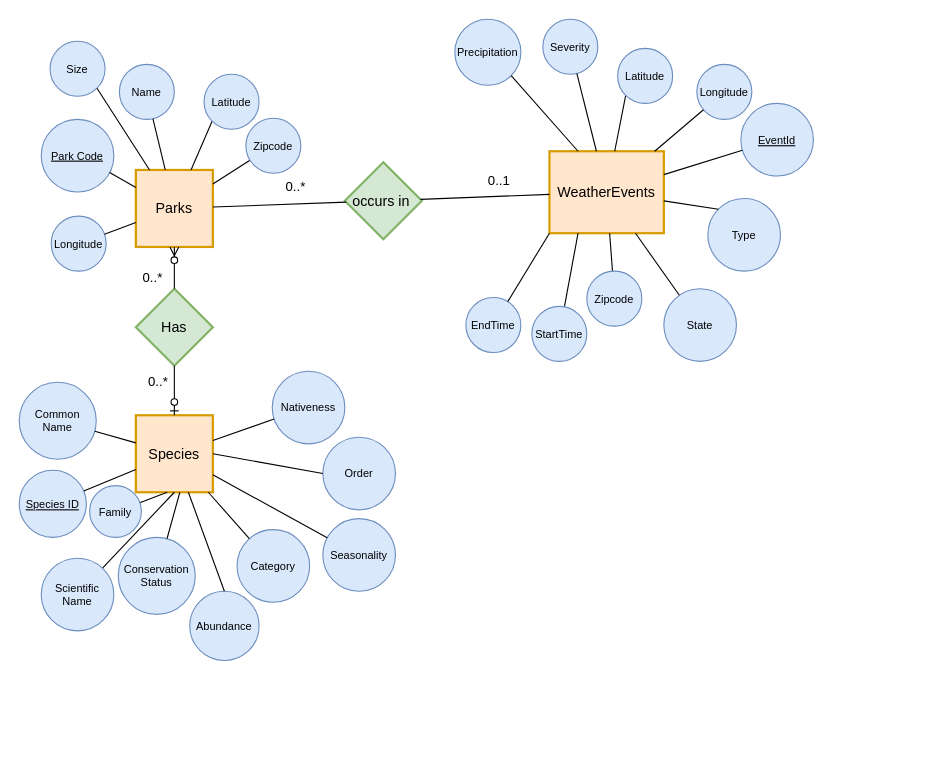
Above: parksnrec.drawio in Dustin-Fang/parks-and-penncreation (draw.io), before the change. Source tidied: cells renumbered, new cells numbered last; positions are measured from the earlier drawing's top-left corner, leaving out a move shared by most shapes. Both pictures are drawn from the tidied source at 110%, with x=0, y=0 at pixel (19, 19).
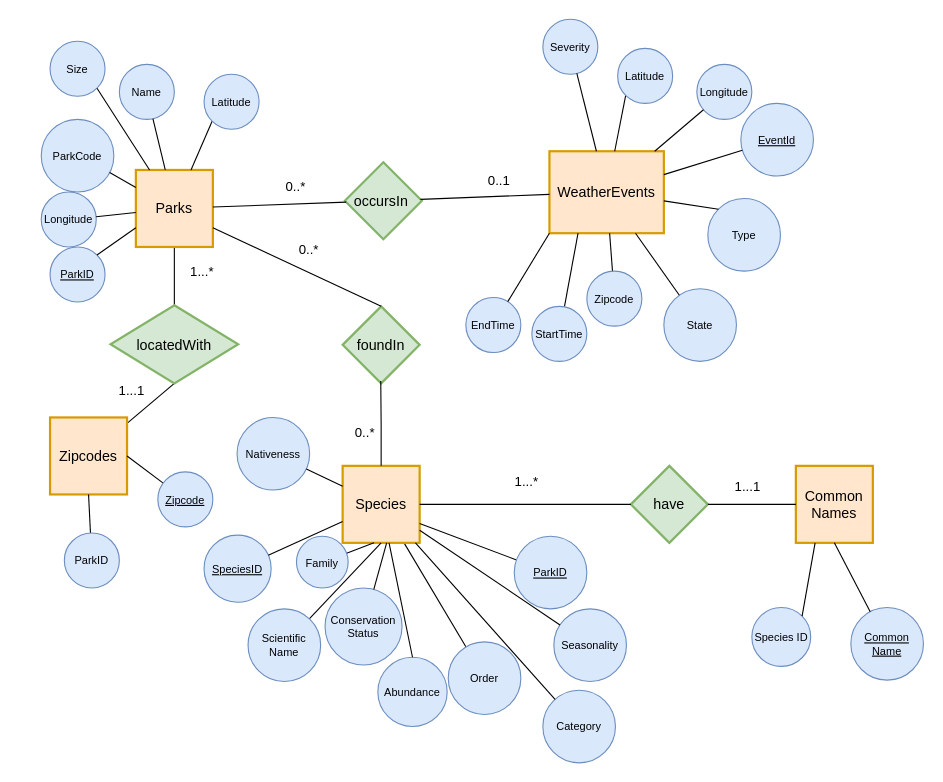
The same diagram, later.

Commit message:
ERL diagram updates

Unchanged cells that the change refers to:
```xml
<mxCell id="2" value="Parks" style="strokeWidth=2;whiteSpace=wrap;html=1;align=center;fontSize=13;fontFamily=Helvetica;fontColor=#000000;strokeColor=#d79b00;fillColor=#ffe6cc;" parent="1" vertex="1">
  <mxGeometry x="106" y="137" width="70" height="70" as="geometry" />
</mxCell>
<mxCell id="25" value="WeatherEvents" style="strokeWidth=2;whiteSpace=wrap;html=1;align=center;fontSize=13;fontFamily=Helvetica;fontColor=#000000;strokeColor=#d79b00;fillColor=#ffe6cc;" parent="1" vertex="1">
  <mxGeometry x="482" y="120" width="104" height="74.5" as="geometry" />
</mxCell>
```

The edit, as a diff of the source:
```diff
@@
+    <mxCell id="67" style="edgeStyle=none;rounded=0;html=1;endArrow=none;endFill=0;jettySize=auto;fontSize=12;" parent="1" edge="1" source="63" target="6">
+      <mxGeometry relative="1" as="geometry" />
+    </mxCell>
+    <mxCell id="68" value="1...*" style="edgeStyle=orthogonalEdgeStyle;rounded=0;jettySize=auto;html=1;fontSize=12;endArrow=none;endFill=0;" parent="1" edge="1" source="2" target="83">
+      <mxGeometry x="-0.13" y="25" relative="1" as="geometry" />
+    </mxCell>
@@
-    <mxCell id="4" value="&lt;u&gt;Park Code&lt;/u&gt;" style="ellipse;whiteSpace=wrap;html=1;fontSize=10;fillColor=#dae8fc;strokeColor=#6c8ebf;" parent="1" vertex="1">
+    <mxCell id="4" value="ParkCode" style="ellipse;whiteSpace=wrap;html=1;fontSize=10;fillColor=#dae8fc;strokeColor=#6c8ebf;" parent="1" vertex="1">
       <mxGeometry x="20" y="91" width="66" height="66" as="geometry" />
     </mxCell>
     <mxCell id="5" value="Longitude" style="ellipse;whiteSpace=wrap;html=1;fontSize=10;fillColor=#dae8fc;strokeColor=#6c8ebf;" parent="1" vertex="1">
-      <mxGeometry x="29" y="179" width="50" height="50" as="geometry" />
+      <mxGeometry x="20" y="157" width="50" height="50" as="geometry" />
     </mxCell>
     <mxCell id="6" value="Species" style="strokeWidth=2;whiteSpace=wrap;html=1;align=center;fontSize=13;fontFamily=Helvetica;fontColor=#000000;strokeColor=#d79b00;fillColor=#ffe6cc;" parent="1" vertex="1">
-      <mxGeometry x="106" y="360" width="70" height="70" as="geometry" />
+      <mxGeometry x="294" y="406" width="70" height="70" as="geometry" />
     </mxCell>
-    <mxCell id="7" value="&lt;u&gt;Species ID&lt;/u&gt;" style="ellipse;whiteSpace=wrap;html=1;fontSize=10;fillColor=#dae8fc;strokeColor=#6c8ebf;" parent="1" vertex="1">
-      <mxGeometry y="410" width="61" height="61" as="geometry" />
+    <mxCell id="7" value="&lt;u&gt;SpeciesID&lt;/u&gt;" style="ellipse;whiteSpace=wrap;html=1;fontSize=10;fillColor=#dae8fc;strokeColor=#6c8ebf;" parent="1" vertex="1">
+      <mxGeometry x="168" y="469" width="61" height="61" as="geometry" />
     </mxCell>
-    <mxCell id="8" value="Common&lt;br&gt;Name" style="ellipse;whiteSpace=wrap;html=1;fontSize=10;fillColor=#dae8fc;strokeColor=#6c8ebf;" parent="1" vertex="1">
-      <mxGeometry y="330" width="70" height="70" as="geometry" />
-    </mxCell>
-    <mxCell id="9" value="Has" style="shape=rhombus;strokeWidth=2;fontSize=13;perimeter=rhombusPerimeter;whiteSpace=wrap;html=1;align=center;fillColor=#d5e8d4;strokeColor=#82b366;" parent="1" vertex="1">
-      <mxGeometry x="106" y="245" width="70" height="70" as="geometry" />
+    <mxCell id="9" value="foundIn" style="shape=rhombus;strokeWidth=2;fontSize=13;perimeter=rhombusPerimeter;whiteSpace=wrap;html=1;align=center;fillColor=#d5e8d4;strokeColor=#82b366;" parent="1" vertex="1">
+      <mxGeometry x="294" y="261" width="70" height="70" as="geometry" />
     </mxCell>
-    <mxCell id="10" style="edgeStyle=orthogonalEdgeStyle;rounded=0;html=1;exitX=0.5;exitY=0;entryX=0.5;entryY=1;endArrow=none;endFill=0;jettySize=auto;fontSize=12;startArrow=ERzeroToOne;startFill=1;" parent="1" edge="1" source="6" target="9">
+    <mxCell id="10" style="edgeStyle=orthogonalEdgeStyle;rounded=0;html=1;exitX=0.5;exitY=0;entryX=0.495;entryY=0.969;endArrow=none;endFill=0;jettySize=auto;fontSize=12;startArrow=none;startFill=0;entryDx=0;entryDy=0;entryPerimeter=0;" parent="1" edge="1" source="6" target="9">
       <mxGeometry relative="1" as="geometry" />
     </mxCell>
-    <mxCell id="11" style="edgeStyle=orthogonalEdgeStyle;rounded=0;html=1;exitX=0.5;exitY=0;entryX=0.5;entryY=1;endArrow=ERzeroToMany;endFill=1;jettySize=auto;fontSize=12;" parent="1" edge="1" source="9" target="2">
+    <mxCell id="11" style="rounded=0;html=1;exitX=0.5;exitY=0;endArrow=none;endFill=0;jettySize=auto;fontSize=12;entryX=1;entryY=0.75;entryDx=0;entryDy=0;" parent="1" edge="1" source="9" target="2">
       <mxGeometry relative="1" as="geometry" />
     </mxCell>
@@
-    <mxCell id="13" style="edgeStyle=none;rounded=0;html=1;endArrow=none;endFill=0;jettySize=auto;fontSize=12;" parent="1" edge="1" source="8" target="6">
-      <mxGeometry relative="1" as="geometry" />
-    </mxCell>
@@
     <mxCell id="18" style="edgeStyle=none;rounded=0;html=1;endArrow=none;endFill=0;jettySize=auto;fontSize=12;" parent="1" edge="1" source="19">
       <mxGeometry relative="1" as="geometry">
-        <mxPoint x="134.5" y="430" as="targetPoint" />
+        <mxPoint x="322.5" y="476" as="targetPoint" />
       </mxGeometry>
     </mxCell>
     <mxCell id="19" value="Family" style="ellipse;whiteSpace=wrap;html=1;fontSize=10;fillColor=#dae8fc;strokeColor=#6c8ebf;" parent="1" vertex="1">
-      <mxGeometry x="64" y="424" width="47" height="47" as="geometry" />
+      <mxGeometry x="252" y="470" width="47" height="47" as="geometry" />
     </mxCell>
@@
     <mxCell id="21" value="Scientific Name" style="ellipse;whiteSpace=wrap;html=1;fontSize=10;fillColor=#dae8fc;strokeColor=#6c8ebf;" parent="1" vertex="1">
-      <mxGeometry x="20" y="490" width="66" height="66" as="geometry" />
+      <mxGeometry x="208" y="536" width="66" height="66" as="geometry" />
     </mxCell>
+    <mxCell id="69" style="edgeStyle=none;rounded=0;html=1;endArrow=none;endFill=0;jettySize=auto;fontSize=12;entryX=1;entryY=0.75;entryDx=0;entryDy=0;" parent="1" edge="1" source="70" target="6">
+      <mxGeometry relative="1" as="geometry" />
+    </mxCell>
+    <mxCell id="70" value="&lt;u&gt;ParkID&lt;/u&gt;" style="ellipse;whiteSpace=wrap;html=1;fontSize=10;fillColor=#dae8fc;strokeColor=#6c8ebf;" parent="1" vertex="1">
+      <mxGeometry x="450" y="470" width="66" height="66" as="geometry" />
+    </mxCell>
@@
-    <mxCell id="23" style="rounded=0;html=1;startArrow=none;startFill=0;endArrow=none;endFill=0;jettySize=auto;fontSize=10;" parent="1" edge="1" source="24" target="2">
-      <mxGeometry relative="1" as="geometry" />
-    </mxCell>
-    <mxCell id="24" value="Zipcode" style="ellipse;whiteSpace=wrap;html=1;fontSize=10;fillColor=#dae8fc;strokeColor=#6c8ebf;" parent="1" vertex="1">
-      <mxGeometry x="206" y="90" width="50" height="50" as="geometry" />
-    </mxCell>
@@
-    <mxCell id="42" value="occurs in&amp;nbsp;" style="shape=rhombus;strokeWidth=2;fontSize=13;perimeter=rhombusPerimeter;whiteSpace=wrap;html=1;align=center;fillColor=#d5e8d4;strokeColor=#82b366;" parent="1" vertex="1">
+    <mxCell id="42" value="occursIn&amp;nbsp;" style="shape=rhombus;strokeWidth=2;fontSize=13;perimeter=rhombusPerimeter;whiteSpace=wrap;html=1;align=center;fillColor=#d5e8d4;strokeColor=#82b366;" parent="1" vertex="1">
       <mxGeometry x="296" y="130" width="70" height="70" as="geometry" />
     </mxCell>
@@
     <mxCell id="49" value="0..*" style="text;html=1;align=center;verticalAlign=middle;strokeColor=none;fillColor=none;" parent="1" vertex="1">
-      <mxGeometry x="111" y="320" width="30" height="20" as="geometry" />
+      <mxGeometry x="299" y="366" width="30" height="20" as="geometry" />
     </mxCell>
     <mxCell id="50" value="0..*" style="text;html=1;align=center;verticalAlign=middle;strokeColor=none;fillColor=none;" parent="1" vertex="1">
-      <mxGeometry x="106" y="225" width="30" height="20" as="geometry" />
+      <mxGeometry x="248" y="200" width="30" height="20" as="geometry" />
     </mxCell>
     <mxCell id="51" value="Nativeness" style="ellipse;whiteSpace=wrap;html=1;fontSize=10;fillColor=#dae8fc;strokeColor=#6c8ebf;" parent="1" vertex="1">
-      <mxGeometry x="230" y="320" width="66" height="66" as="geometry" />
+      <mxGeometry x="198" y="362" width="66" height="66" as="geometry" />
     </mxCell>
     <mxCell id="52" value="Seasonality" style="ellipse;whiteSpace=wrap;html=1;fontSize=10;fillColor=#dae8fc;strokeColor=#6c8ebf;" parent="1" vertex="1">
-      <mxGeometry x="276" y="454" width="66" height="66" as="geometry" />
+      <mxGeometry x="486" y="536" width="66" height="66" as="geometry" />
     </mxCell>
     <mxCell id="53" value="Abundance" style="ellipse;whiteSpace=wrap;html=1;fontSize=10;fillColor=#dae8fc;strokeColor=#6c8ebf;" parent="1" vertex="1">
-      <mxGeometry x="155" y="520" width="63" height="63" as="geometry" />
+      <mxGeometry x="326" y="580" width="63" height="63" as="geometry" />
     </mxCell>
     <mxCell id="54" value="Conservation&lt;br&gt;Status" style="ellipse;whiteSpace=wrap;html=1;fontSize=10;fillColor=#dae8fc;strokeColor=#6c8ebf;" parent="1" vertex="1">
-      <mxGeometry x="90" y="471" width="70" height="70" as="geometry" />
+      <mxGeometry x="278" y="517" width="70" height="70" as="geometry" />
     </mxCell>
+    <mxCell id="57" style="edgeStyle=none;rounded=0;html=1;endArrow=none;endFill=0;jettySize=auto;fontSize=12;" parent="1" edge="1" source="52" target="6">
+      <mxGeometry relative="1" as="geometry" />
+    </mxCell>
     <mxCell id="55" style="edgeStyle=none;rounded=0;html=1;endArrow=none;endFill=0;jettySize=auto;fontSize=12;" parent="1" edge="1" source="54">
       <mxGeometry relative="1" as="geometry">
-        <mxPoint x="146" y="430" as="targetPoint" />
+        <mxPoint x="334" y="476" as="targetPoint" />
       </mxGeometry>
     </mxCell>
@@
-    <mxCell id="57" style="edgeStyle=none;rounded=0;html=1;endArrow=none;endFill=0;jettySize=auto;fontSize=12;" parent="1" edge="1" source="52" target="6">
-      <mxGeometry relative="1" as="geometry" />
-    </mxCell>
@@
     <mxCell id="59" value="Category" style="ellipse;whiteSpace=wrap;html=1;fontSize=10;fillColor=#dae8fc;strokeColor=#6c8ebf;" parent="1" vertex="1">
-      <mxGeometry x="198" y="464" width="66" height="66" as="geometry" />
+      <mxGeometry x="476" y="610" width="66" height="66" as="geometry" />
     </mxCell>
@@
+    <mxCell id="71" value="Common Names" style="strokeWidth=2;whiteSpace=wrap;html=1;align=center;fontSize=13;fontFamily=Helvetica;fontColor=#000000;strokeColor=#d79b00;fillColor=#ffe6cc;" parent="1" vertex="1">
+      <mxGeometry x="706" y="406" width="70" height="70" as="geometry" />
+    </mxCell>
+    <mxCell id="72" value="have" style="shape=rhombus;strokeWidth=2;fontSize=13;perimeter=rhombusPerimeter;whiteSpace=wrap;html=1;align=center;fillColor=#d5e8d4;strokeColor=#82b366;" parent="1" vertex="1">
+      <mxGeometry x="556" y="406" width="70" height="70" as="geometry" />
+    </mxCell>
+    <mxCell id="73" value="&lt;font style=&quot;font-size: 12px&quot;&gt;1...*&lt;/font&gt;" style="rounded=0;html=1;startArrow=none;startFill=0;endArrow=none;endFill=0;jettySize=auto;fontSize=10;entryX=1;entryY=0.5;entryDx=0;entryDy=0;exitX=0;exitY=0.5;exitDx=0;exitDy=0;" parent="1" edge="1" source="72" target="6">
+      <mxGeometry x="-0.01" y="-20" relative="1" as="geometry" />
+    </mxCell>
+    <mxCell id="74" value="&lt;font style=&quot;font-size: 12px&quot;&gt;1...1&lt;/font&gt;" style="rounded=0;html=1;startArrow=none;startFill=0;endArrow=none;endFill=0;jettySize=auto;fontSize=10;entryX=1;entryY=0.5;entryDx=0;entryDy=0;exitX=0;exitY=0.5;exitDx=0;exitDy=0;" parent="1" edge="1" source="71" target="72">
+      <mxGeometry x="0.09" y="-16" relative="1" as="geometry" />
+    </mxCell>
+    <mxCell id="75" value="Species ID" style="ellipse;whiteSpace=wrap;html=1;fontSize=10;fillColor=#dae8fc;strokeColor=#6c8ebf;" parent="1" vertex="1">
+      <mxGeometry x="666" y="534.8" width="53.5" height="53.5" as="geometry" />
+    </mxCell>
+    <mxCell id="76" style="rounded=0;html=1;startArrow=none;startFill=0;endArrow=none;endFill=0;jettySize=auto;fontSize=10;entryX=1;entryY=0;entryDx=0;entryDy=0;exitX=0.25;exitY=1;exitDx=0;exitDy=0;" parent="1" edge="1" source="71" target="75">
+      <mxGeometry x="0.09" y="-16" relative="1" as="geometry" />
+    </mxCell>
+    <mxCell id="8" value="&lt;u&gt;Common Name&lt;/u&gt;" style="ellipse;whiteSpace=wrap;html=1;fontSize=10;fillColor=#dae8fc;strokeColor=#6c8ebf;" parent="1" vertex="1">
+      <mxGeometry x="756" y="534.8" width="66" height="66" as="geometry" />
+    </mxCell>
+    <mxCell id="77" style="edgeStyle=none;rounded=0;html=1;endArrow=none;endFill=0;jettySize=auto;fontSize=12;entryX=0.5;entryY=1;entryDx=0;entryDy=0;" parent="1" edge="1" source="8" target="71">
+      <mxGeometry relative="1" as="geometry" />
+    </mxCell>
     <mxCell id="63" value="Order" style="ellipse;whiteSpace=wrap;html=1;fontSize=10;fillColor=#dae8fc;strokeColor=#6c8ebf;" parent="1" vertex="1">
-      <mxGeometry x="276" y="380" width="66" height="66" as="geometry" />
+      <mxGeometry x="390" y="566" width="66" height="66" as="geometry" />
     </mxCell>
-    <mxCell id="64" style="endArrow=none;html=1;rounded=0;exitX=1;exitY=0.5;exitDx=0;exitDy=0;entryX=0;entryY=0.5;entryDx=0;entryDy=0;" parent="1" edge="1" source="6" target="63">
-      <mxGeometry relative="1" as="geometry" />
-    </mxCell>
-    <mxCell id="65" value="Precipitation" style="ellipse;whiteSpace=wrap;html=1;fontSize=10;fillColor=#dae8fc;strokeColor=#6c8ebf;" parent="1" vertex="1">
-      <mxGeometry x="396" width="60" height="60" as="geometry" />
-    </mxCell>
-    <mxCell id="66" style="endArrow=none;html=1;rounded=0;entryX=0.25;entryY=0;entryDx=0;entryDy=0;exitX=1;exitY=1;exitDx=0;exitDy=0;" parent="1" edge="1" source="65" target="25">
-      <mxGeometry relative="1" as="geometry" />
-    </mxCell>
+    <mxCell id="78" value="&lt;u&gt;ParkID&lt;/u&gt;" style="ellipse;whiteSpace=wrap;html=1;fontSize=10;fillColor=#dae8fc;strokeColor=#6c8ebf;" parent="1" vertex="1">
+      <mxGeometry x="28" y="207" width="50" height="50" as="geometry" />
+    </mxCell>
+    <mxCell id="79" style="edgeStyle=none;rounded=0;html=1;endArrow=none;endFill=0;jettySize=auto;fontSize=12;exitX=1;exitY=0;exitDx=0;exitDy=0;entryX=0;entryY=0.75;entryDx=0;entryDy=0;" parent="1" edge="1" source="78" target="2">
+      <mxGeometry relative="1" as="geometry" />
+    </mxCell>
+    <mxCell id="80" style="rounded=0;jettySize=auto;html=1;entryX=0.5;entryY=1;entryDx=0;entryDy=0;fontSize=12;endArrow=none;endFill=0;" parent="1" edge="1" source="82" target="83">
+      <mxGeometry relative="1" as="geometry" />
+    </mxCell>
+    <mxCell id="81" value="1...1" style="edgeLabel;html=1;align=center;verticalAlign=middle;fontSize=12;" parent="80" vertex="1">
+      <mxGeometry x="-0.11" y="2" relative="1" as="geometry">
+        <mxPoint x="-14" y="-12" as="offset" />
+      </mxGeometry>
+    </mxCell>
+    <mxCell id="82" value="Zipcodes" style="strokeWidth=2;whiteSpace=wrap;html=1;align=center;fontSize=13;fontFamily=Helvetica;fontColor=#000000;strokeColor=#d79b00;fillColor=#ffe6cc;" parent="1" vertex="1">
+      <mxGeometry x="28" y="362" width="70" height="70" as="geometry" />
+    </mxCell>
+    <mxCell id="83" value="locatedWith" style="shape=rhombus;strokeWidth=2;fontSize=13;perimeter=rhombusPerimeter;whiteSpace=wrap;html=1;align=center;fillColor=#d5e8d4;strokeColor=#82b366;" parent="1" vertex="1">
+      <mxGeometry x="83" y="260" width="116" height="71" as="geometry" />
+    </mxCell>
+    <mxCell id="84" style="rounded=0;html=1;startArrow=none;startFill=0;endArrow=none;endFill=0;jettySize=auto;fontSize=10;entryX=1;entryY=0.5;entryDx=0;entryDy=0;" parent="1" edge="1" source="24" target="82">
+      <mxGeometry relative="1" as="geometry" />
+    </mxCell>
+    <mxCell id="24" value="&lt;u&gt;Zipcode&lt;/u&gt;" style="ellipse;whiteSpace=wrap;html=1;fontSize=10;fillColor=#dae8fc;strokeColor=#6c8ebf;" parent="1" vertex="1">
+      <mxGeometry x="126" y="411.5" width="50" height="50" as="geometry" />
+    </mxCell>
+    <mxCell id="85" style="rounded=0;html=1;startArrow=none;startFill=0;endArrow=none;endFill=0;jettySize=auto;fontSize=10;entryX=0.5;entryY=1;entryDx=0;entryDy=0;" parent="1" edge="1" source="86" target="82">
+      <mxGeometry relative="1" as="geometry" />
+    </mxCell>
+    <mxCell id="86" value="ParkID" style="ellipse;whiteSpace=wrap;html=1;fontSize=10;fillColor=#dae8fc;strokeColor=#6c8ebf;" parent="1" vertex="1">
+      <mxGeometry x="41" y="467" width="50" height="50" as="geometry" />
+    </mxCell>
```
